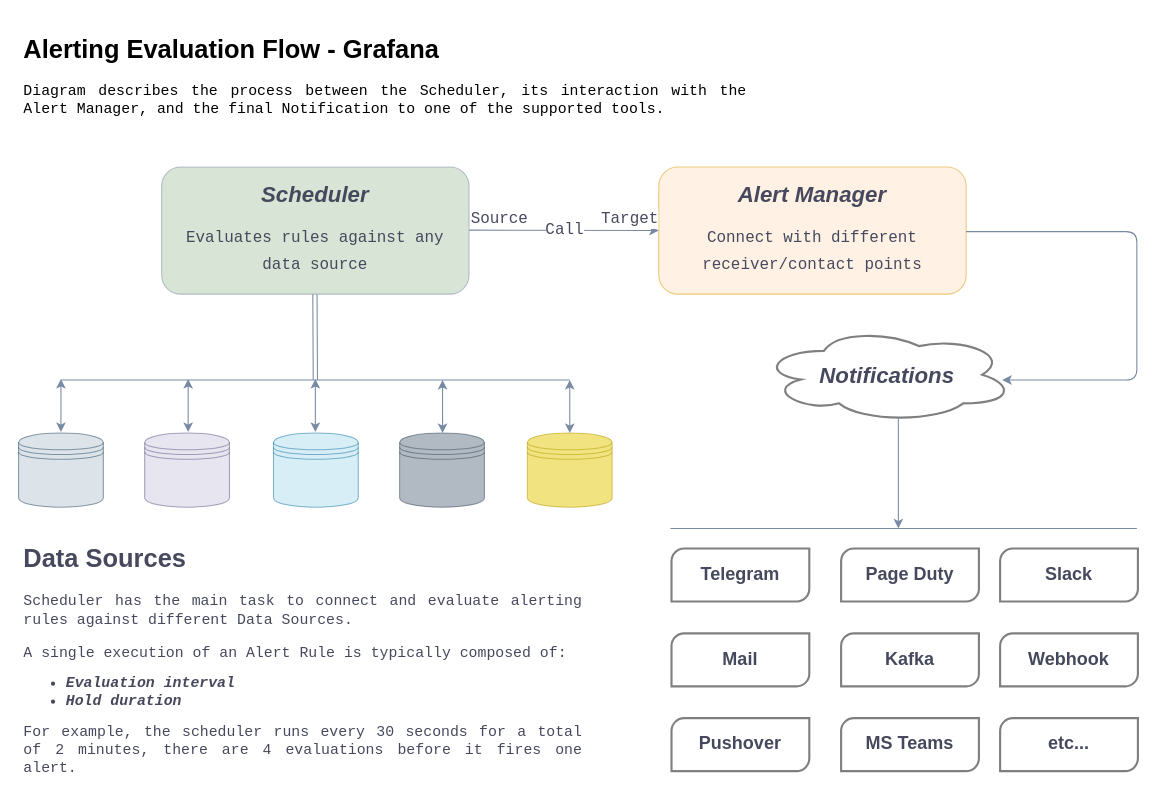
Before: page "Alerting Evaluation Flow" (1 of 3) of diagrams/UnifiedAlerting_Grafana.drawio in lgennari-grafana/unified_alerting_v8, a draw.io diagram. Source tidied: cells renumbered, new cells numbered last; positions are measured from the earlier drawing's top-left corner, leaving out a move shared by most shapes. Both pictures are drawn from the tidied source at 106%, with x=0, y=0 at pixel (18, 29). Pictures stored in the file or linked from it are replaced by grey dashed boxes.
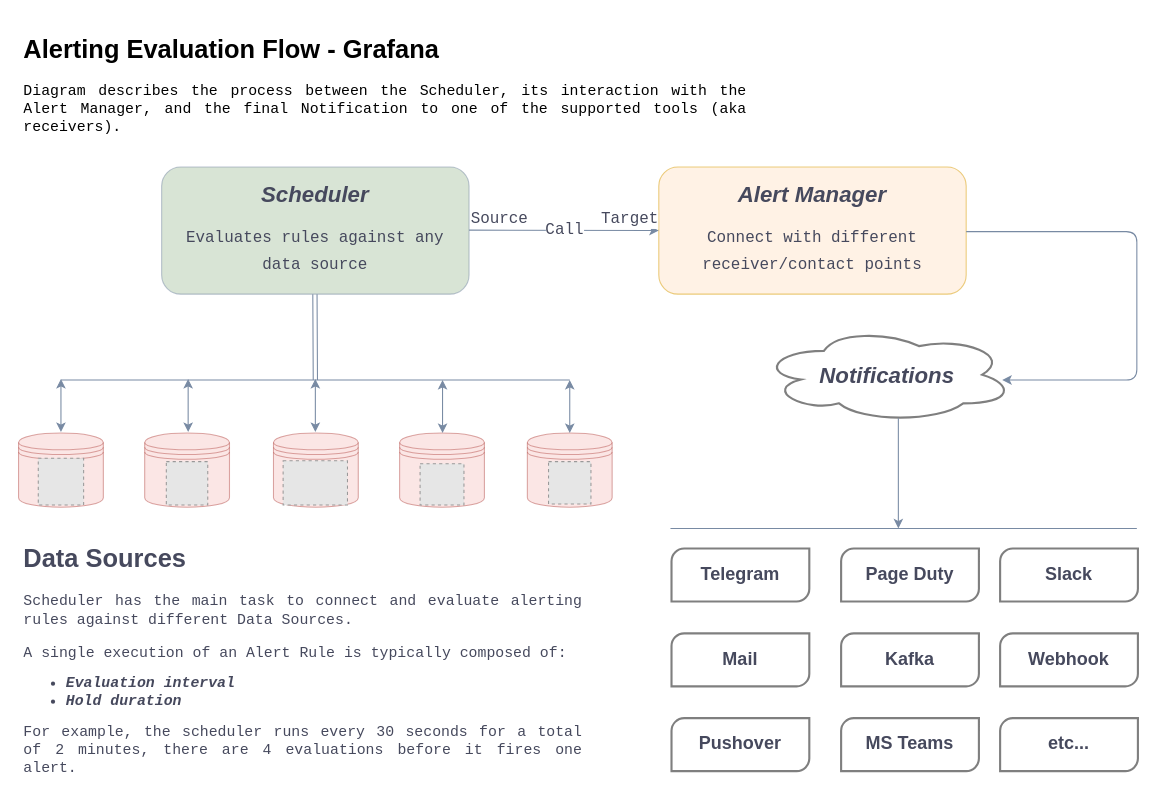
The same page after the edit.

Commit message (it also covers changes not shown here):
Added 2 new pages to diagram file: Schedluer and Alert Manager

What changed in the source:
```diff
@@
-    <mxCell id="2" value="&lt;h1 style=&quot;text-align: justify&quot;&gt;Alerting Evaluation Flow - Grafana&lt;/h1&gt;&lt;p style=&quot;text-align: justify&quot;&gt;&lt;font face=&quot;Courier New&quot; style=&quot;font-size: 14px&quot;&gt;Diagram describes the process between the Scheduler, its interaction with the Alert Manager, and the final Notification to one of the supported tools.&lt;/font&gt;&lt;/p&gt;" style="text;html=1;spacing=5;spacingTop=-20;whiteSpace=wrap;overflow=hidden;rounded=0;sketch=0;opacity=50;fillColor=none;" parent="1" vertex="1">
-      <mxGeometry width="690" height="90" as="geometry" />
+    <mxCell id="2" value="&lt;h1 style=&quot;text-align: justify&quot;&gt;Alerting Evaluation Flow - Grafana&lt;/h1&gt;&lt;p style=&quot;text-align: justify&quot;&gt;&lt;font face=&quot;Courier New&quot; style=&quot;font-size: 14px&quot;&gt;Diagram describes the process between the Scheduler, its interaction with the Alert Manager, and the final Notification to one of the supported tools (aka receivers).&lt;/font&gt;&lt;/p&gt;" style="text;html=1;spacing=5;spacingTop=-20;whiteSpace=wrap;overflow=hidden;rounded=0;sketch=0;opacity=50;fillColor=none;" parent="1" vertex="1">
+      <mxGeometry width="690" height="108" as="geometry" />
     </mxCell>
@@
-    <mxCell id="52" style="shape=datastore;whiteSpace=wrap;html=1;rounded=0;sketch=0;strokeColor=#23445d;fillColor=#bac8d3;opacity=50;" parent="1" vertex="1">
+    <mxCell id="52" style="shape=datastore;whiteSpace=wrap;html=1;rounded=0;sketch=0;strokeColor=#b85450;fillColor=#f8cecc;opacity=50;" parent="1" vertex="1">
       <mxGeometry y="381" width="80" height="70" as="geometry" />
     </mxCell>
-    <mxCell id="53" style="shape=datastore;whiteSpace=wrap;html=1;rounded=0;sketch=0;strokeColor=#56517e;fillColor=#d0cee2;opacity=50;" parent="1" vertex="1">
+    <mxCell id="53" style="shape=datastore;whiteSpace=wrap;html=1;rounded=0;sketch=0;strokeColor=#b85450;fillColor=#f8cecc;opacity=50;" parent="1" vertex="1">
       <mxGeometry x="119" y="381" width="80" height="70" as="geometry" />
     </mxCell>
-    <mxCell id="54" style="shape=datastore;whiteSpace=wrap;html=1;rounded=0;sketch=0;strokeColor=#10739e;fillColor=#b1ddf0;opacity=50;" parent="1" vertex="1">
+    <mxCell id="54" style="shape=datastore;whiteSpace=wrap;html=1;rounded=0;sketch=0;strokeColor=#b85450;fillColor=#f8cecc;opacity=50;" parent="1" vertex="1">
       <mxGeometry x="240.5" y="381" width="80" height="70" as="geometry" />
     </mxCell>
-    <mxCell id="55" style="shape=datastore;whiteSpace=wrap;html=1;rounded=0;sketch=0;strokeColor=#314354;fillColor=#647687;opacity=50;fontColor=#ffffff;" parent="1" vertex="1">
+    <mxCell id="55" style="shape=datastore;whiteSpace=wrap;html=1;rounded=0;sketch=0;strokeColor=#b85450;fillColor=#f8cecc;opacity=50;" parent="1" vertex="1">
       <mxGeometry x="359.5" y="381" width="80" height="70" as="geometry" />
     </mxCell>
-    <mxCell id="56" style="shape=datastore;whiteSpace=wrap;html=1;rounded=0;sketch=0;fontColor=#000000;strokeColor=#B09500;fillColor=#e3c800;opacity=50;" parent="1" vertex="1">
+    <mxCell id="56" style="shape=datastore;whiteSpace=wrap;html=1;rounded=0;sketch=0;strokeColor=#b85450;fillColor=#f8cecc;opacity=50;" parent="1" vertex="1">
       <mxGeometry x="480" y="381" width="80" height="70" as="geometry" />
     </mxCell>
@@
+    <mxCell id="64" style="fillColor=#E6E6E6;strokeColor=#999999;dashed=1;verticalLabelPosition=bottom;labelBackgroundColor=default;verticalAlign=top;" parent="1" vertex="1">
+      <mxGeometry x="378.8" y="410" width="41.4" height="39" as="geometry" />
+    </mxCell>
+    <mxCell id="65" style="fillColor=#E6E6E6;strokeColor=#999999;dashed=1;verticalLabelPosition=bottom;labelBackgroundColor=default;verticalAlign=top;" parent="1" vertex="1">
+      <mxGeometry x="139.4" y="408" width="39.1" height="41" as="geometry" />
+    </mxCell>
+    <mxCell id="66" style="fillColor=#E6E6E6;strokeColor=#999999;dashed=1;verticalLabelPosition=bottom;labelBackgroundColor=default;verticalAlign=top;" parent="1" vertex="1">
+      <mxGeometry x="249.6" y="407.2" width="60.7" height="41.8" as="geometry" />
+    </mxCell>
+    <mxCell id="67" style="fillColor=#E6E6E6;strokeColor=#999999;dashed=1;verticalLabelPosition=bottom;labelBackgroundColor=default;verticalAlign=top;" parent="1" vertex="1">
+      <mxGeometry x="500" y="408" width="40" height="40" as="geometry" />
+    </mxCell>
+    <mxCell id="68" style="fillColor=#E6E6E6;strokeColor=#999999;dashed=1;verticalLabelPosition=bottom;labelBackgroundColor=default;verticalAlign=top;" parent="1" vertex="1">
+      <mxGeometry x="18.6" y="404.8" width="42.8" height="44.2" as="geometry" />
+    </mxCell>
```
